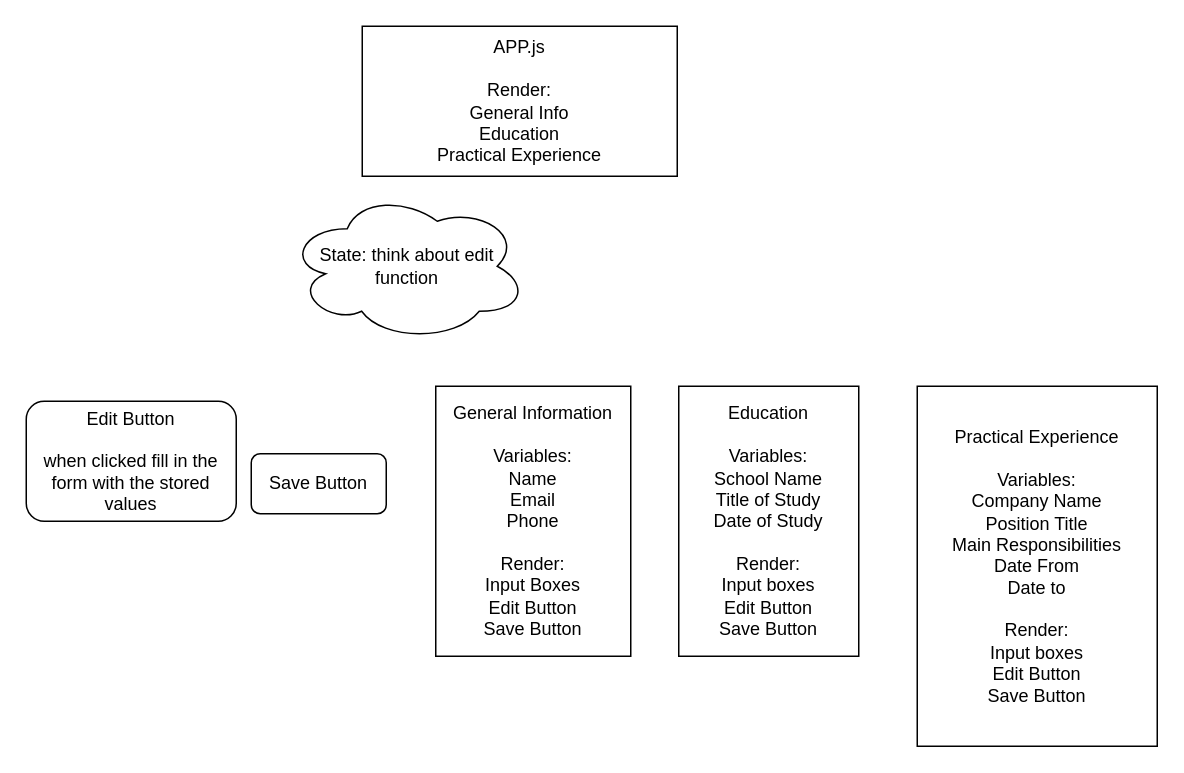
Earlier version of the draw.io diagram CV-Project/CVProject.drawio (ChrisKnowles53/odin-cv-project). Source tidied: cells renumbered, new cells numbered last; positions are measured from the earlier drawing's top-left corner, leaving out a move shared by most shapes. Both pictures are drawn from the tidied source at 150%, with x=0, y=0 at pixel (26, 26).
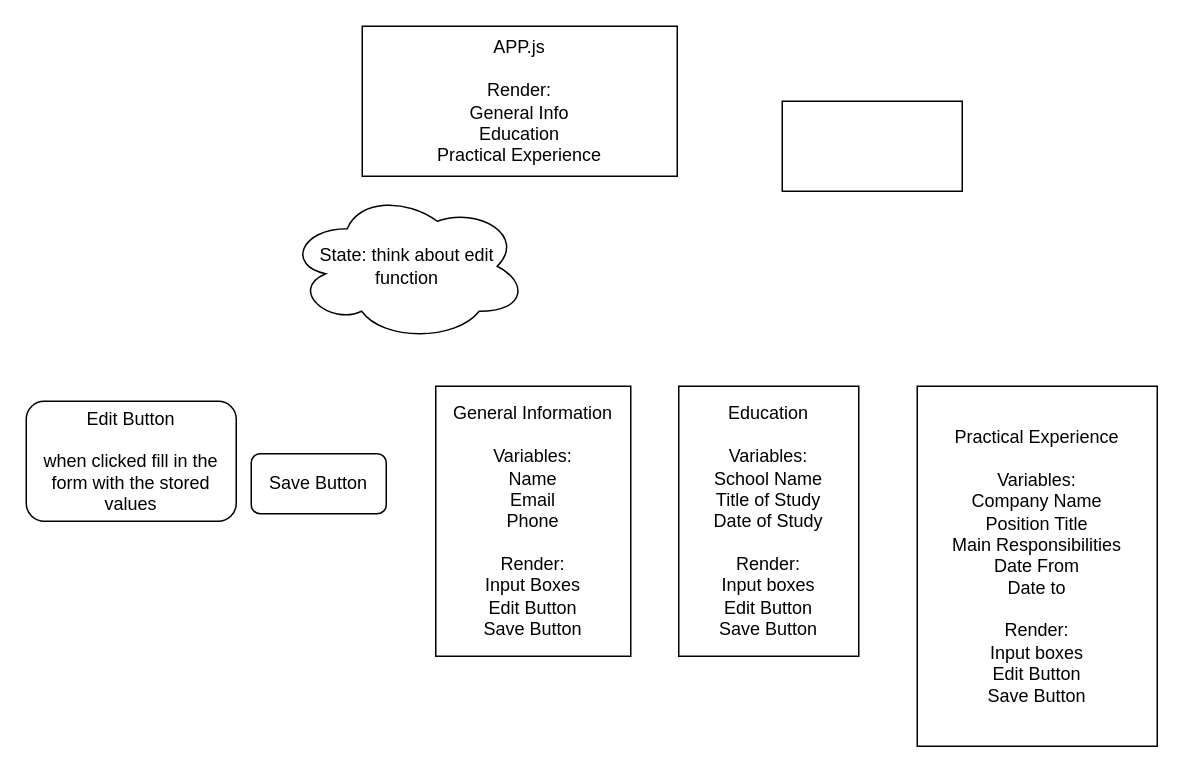
The same diagram, later.

What changed in the source:
```diff
@@
 <mxGraphModel>
   <root>
     <mxCell id="0" />
     <mxCell id="1" parent="0" />
     <mxCell id="2" value="APP.js&lt;br&gt;&lt;br&gt;Render:&lt;br&gt;General Info&lt;br&gt;Education&lt;br&gt;Practical Experience" style="rounded=0;whiteSpace=wrap;html=1;" parent="1" vertex="1">
       <mxGeometry x="224" width="210" height="100" as="geometry" />
     </mxCell>
     <mxCell id="3" value="Education&lt;br&gt;&lt;br&gt;Variables:&lt;br&gt;School Name&lt;br&gt;Title of Study&lt;br&gt;Date of Study&lt;br&gt;&lt;br&gt;Render:&lt;br&gt;Input boxes&lt;br&gt;Edit Button&lt;br&gt;Save Button" style="rounded=0;whiteSpace=wrap;html=1;" parent="1" vertex="1">
       <mxGeometry x="435" y="240" width="120" height="180" as="geometry" />
     </mxCell>
     <mxCell id="4" value="Practical Experience&lt;br&gt;&lt;br&gt;Variables:&lt;br&gt;Company Name&lt;br&gt;Position Title&lt;br&gt;Main Responsibilities&lt;br&gt;Date From&lt;br&gt;Date to&lt;br&gt;&lt;br&gt;Render:&lt;br style=&quot;border-color: var(--border-color);&quot;&gt;Input boxes&lt;br style=&quot;border-color: var(--border-color);&quot;&gt;Edit Button&lt;br style=&quot;border-color: var(--border-color);&quot;&gt;Save Button" style="rounded=0;whiteSpace=wrap;html=1;" parent="1" vertex="1">
       <mxGeometry x="594" y="240" width="160" height="240" as="geometry" />
     </mxCell>
     <mxCell id="5" value="General Information&lt;br&gt;&lt;br&gt;Variables:&lt;br&gt;Name&lt;br&gt;Email&lt;br&gt;Phone&lt;br&gt;&lt;br&gt;Render:&lt;br&gt;Input Boxes&lt;br&gt;Edit Button&lt;br&gt;Save Button" style="rounded=0;whiteSpace=wrap;html=1;" parent="1" vertex="1">
       <mxGeometry x="273" y="240" width="130" height="180" as="geometry" />
     </mxCell>
     <mxCell id="6" value="Edit Button&lt;br&gt;&lt;br&gt;when clicked fill in the form with the stored values" style="rounded=1;whiteSpace=wrap;html=1;" parent="1" vertex="1">
       <mxGeometry y="250" width="140" height="80" as="geometry" />
     </mxCell>
     <mxCell id="7" value="Save Button" style="rounded=1;whiteSpace=wrap;html=1;" parent="1" vertex="1">
       <mxGeometry x="150" y="285" width="90" height="40" as="geometry" />
     </mxCell>
     <mxCell id="8" value="State: think about edit function" style="ellipse;shape=cloud;whiteSpace=wrap;html=1;" parent="1" vertex="1">
       <mxGeometry x="174" y="110" width="160" height="100" as="geometry" />
     </mxCell>
+    <mxCell id="9" style="rounded=0;whiteSpace=wrap;html=1;" parent="1" vertex="1">
+      <mxGeometry x="504" y="50" width="120" height="60" as="geometry" />
+    </mxCell>
   </root>
 </mxGraphModel>
```
